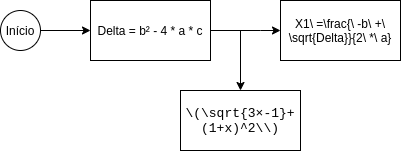
The draw.io diagram Trabalho_APC_1.png in Lrlk/Trabalho-de-APC1, before a commit. Source tidied: cells renumbered, new cells last; positions are measured from the earlier drawing's top-left corner, leaving out a move shared by most shapes. The source it was exported from:
```xml
<mxGraphModel>
  <root>
    <mxCell id="0" />
    <mxCell id="1" parent="0" />
    <mxCell id="2" style="edgeStyle=orthogonalEdgeStyle;rounded=0;jettySize=auto;html=1;" parent="1" edge="1" source="3">
      <mxGeometry relative="1" as="geometry">
        <mxPoint x="90" y="30" as="targetPoint" />
      </mxGeometry>
    </mxCell>
    <mxCell id="3" value="Início" style="ellipse;whiteSpace=wrap;html=1;" parent="1" vertex="1">
      <mxGeometry y="10" width="40" height="40" as="geometry" />
    </mxCell>
    <mxCell id="4" style="edgeStyle=orthogonalEdgeStyle;rounded=0;jettySize=auto;html=1;" parent="1" edge="1" source="6">
      <mxGeometry relative="1" as="geometry">
        <mxPoint x="280" y="30" as="targetPoint" />
        <Array as="points">
          <mxPoint x="260" y="30" />
          <mxPoint x="260" y="30" />
        </Array>
      </mxGeometry>
    </mxCell>
    <mxCell id="5" style="edgeStyle=orthogonalEdgeStyle;rounded=0;jettySize=auto;html=1;" parent="1" edge="1" source="6">
      <mxGeometry relative="1" as="geometry">
        <mxPoint x="240" y="90" as="targetPoint" />
      </mxGeometry>
    </mxCell>
    <mxCell id="6" value="Delta = b² - 4 * a * c" style="rounded=0;whiteSpace=wrap;html=1;" parent="1" vertex="1">
      <mxGeometry x="90" width="120" height="60" as="geometry" />
    </mxCell>
    <mxCell id="7" value="X1\ =\frac{\ -b\ +\ \sqrt{Delta}}{2\ *\ a}" style="rounded=0;whiteSpace=wrap;html=1;glass=0;" parent="1" vertex="1">
      <mxGeometry x="280" width="120" height="60" as="geometry" />
    </mxCell>
    <mxCell id="8" value="&lt;span style=&quot;font-family: &amp;#34;courier new&amp;#34; , &amp;#34;courier&amp;#34; , monospace ; font-size: 13px ; background-color: rgb(255 , 255 , 255)&quot;&gt;\(\sqrt{3×-1}+(1+x)^2\\)&lt;/span&gt;" style="rounded=0;whiteSpace=wrap;html=1;glass=0;" parent="1" vertex="1">
      <mxGeometry x="180" y="90" width="120" height="60" as="geometry" />
    </mxCell>
  </root>
</mxGraphModel>
```
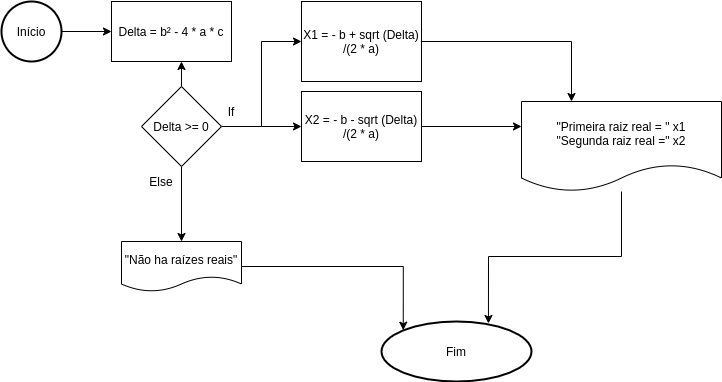
The same file after the commit.

The edit, as a diff of the source:
```diff
@@ -1,37 +1,75 @@
-<mxGraphModel>
+<mxGraphModel math="1">
   <root>
     <mxCell id="0" />
     <mxCell id="1" parent="0" />
-    <mxCell id="2" style="edgeStyle=orthogonalEdgeStyle;rounded=0;jettySize=auto;html=1;" parent="1" edge="1" source="3">
+    <mxCell id="2" style="edgeStyle=orthogonalEdgeStyle;rounded=0;orthogonalLoop=1;jettySize=auto;html=1;" parent="1" edge="1">
       <mxGeometry relative="1" as="geometry">
+        <mxPoint x="40" y="30" as="sourcePoint" />
         <mxPoint x="90" y="30" as="targetPoint" />
       </mxGeometry>
     </mxCell>
+    <mxCell id="6" value="Delta = b² - 4 * a * c" style="rounded=0;whiteSpace=wrap;html=1;" parent="1" vertex="1">
+      <mxGeometry x="90" width="120" height="60" as="geometry" />
+    </mxCell>
+    <mxCell id="9" style="edgeStyle=orthogonalEdgeStyle;rounded=0;jettySize=auto;html=1;exitX=1;exitY=0.5;exitDx=0;exitDy=0;entryX=0.25;entryY=0;entryDx=0;entryDy=0;" parent="1" edge="1" source="7" target="22">
+      <mxGeometry relative="1" as="geometry" />
+    </mxCell>
+    <mxCell id="7" value="X1 = - b + sqrt (Delta) /(2 * a)" style="rounded=0;whiteSpace=wrap;html=1;glass=0;" parent="1" vertex="1">
+      <mxGeometry x="280" width="120" height="80" as="geometry" />
+    </mxCell>
+    <mxCell id="10" style="edgeStyle=orthogonalEdgeStyle;rounded=0;jettySize=auto;html=1;" parent="1" edge="1" source="11">
+      <mxGeometry relative="1" as="geometry">
+        <mxPoint x="500" y="125" as="targetPoint" />
+      </mxGeometry>
+    </mxCell>
+    <mxCell id="11" value="&lt;span&gt;X2 = - b - sqrt (Delta) /(2 * a)&lt;/span&gt;" style="rounded=0;whiteSpace=wrap;html=1;glass=0;" parent="1" vertex="1">
+      <mxGeometry x="280" y="90" width="120" height="70" as="geometry" />
+    </mxCell>
+    <mxCell id="12" style="edgeStyle=orthogonalEdgeStyle;rounded=0;jettySize=auto;html=1;entryX=0.583;entryY=1;entryDx=0;entryDy=0;entryPerimeter=0;" parent="1" edge="1" source="16" target="6">
+      <mxGeometry relative="1" as="geometry" />
+    </mxCell>
+    <mxCell id="13" style="edgeStyle=orthogonalEdgeStyle;rounded=0;jettySize=auto;html=1;exitX=1;exitY=0.5;exitDx=0;exitDy=0;entryX=0;entryY=0.5;entryDx=0;entryDy=0;" parent="1" edge="1" source="16" target="11">
+      <mxGeometry relative="1" as="geometry">
+        <Array as="points">
+          <mxPoint x="240" y="125" />
+          <mxPoint x="240" y="125" />
+        </Array>
+      </mxGeometry>
+    </mxCell>
+    <mxCell id="14" style="edgeStyle=orthogonalEdgeStyle;rounded=0;jettySize=auto;html=1;exitX=1;exitY=0.5;exitDx=0;exitDy=0;entryX=0;entryY=0.5;entryDx=0;entryDy=0;" parent="1" edge="1" source="16" target="7">
+      <mxGeometry relative="1" as="geometry" />
+    </mxCell>
+    <mxCell id="15" style="edgeStyle=orthogonalEdgeStyle;rounded=0;jettySize=auto;html=1;exitX=0.5;exitY=1;exitDx=0;exitDy=0;" parent="1" edge="1" source="16">
+      <mxGeometry relative="1" as="geometry">
+        <mxPoint x="160" y="240" as="targetPoint" />
+      </mxGeometry>
+    </mxCell>
+    <mxCell id="16" value="Delta &amp;gt;= 0" style="rhombus;whiteSpace=wrap;html=1;glass=0;" parent="1" vertex="1">
+      <mxGeometry x="120" y="85" width="80" height="80" as="geometry" />
+    </mxCell>
+    <mxCell id="17" value="If" style="text;html=1;strokeColor=none;fillColor=none;align=center;verticalAlign=middle;whiteSpace=wrap;rounded=0;glass=0;" parent="1" vertex="1">
+      <mxGeometry x="190" y="100" width="40" height="20" as="geometry" />
+    </mxCell>
+    <mxCell id="18" value="Else" style="text;html=1;strokeColor=none;fillColor=none;align=center;verticalAlign=middle;whiteSpace=wrap;rounded=0;glass=0;" parent="1" vertex="1">
+      <mxGeometry x="120" y="170" width="40" height="20" as="geometry" />
+    </mxCell>
+    <mxCell id="19" style="edgeStyle=orthogonalEdgeStyle;rounded=0;jettySize=auto;html=1;entryX=0.145;entryY=0.145;entryDx=0;entryDy=0;entryPerimeter=0;" parent="1" edge="1" source="20" target="23">
+      <mxGeometry relative="1" as="geometry" />
+    </mxCell>
+    <mxCell id="20" value="&quot;Não ha raízes reais&quot;" style="shape=document;whiteSpace=wrap;html=1;boundedLbl=1;glass=0;" parent="1" vertex="1">
+      <mxGeometry x="100" y="240" width="120" height="50" as="geometry" />
+    </mxCell>
+    <mxCell id="21" style="edgeStyle=orthogonalEdgeStyle;rounded=0;jettySize=auto;html=1;entryX=0.713;entryY=0.033;entryDx=0;entryDy=0;entryPerimeter=0;" parent="1" edge="1" source="22" target="23">
+      <mxGeometry relative="1" as="geometry" />
+    </mxCell>
+    <mxCell id="22" value="&quot;Primeira raiz real = &quot; x1&lt;br&gt;&quot;Segunda raiz real =&quot; x2" style="shape=document;whiteSpace=wrap;html=1;boundedLbl=1;glass=0;" parent="1" vertex="1">
+      <mxGeometry x="500" y="100" width="200" height="90" as="geometry" />
+    </mxCell>
+    <mxCell id="23" value="Fim" style="strokeWidth=2;html=1;shape=mxgraph.flowchart.start_1;whiteSpace=wrap;glass=0;" parent="1" vertex="1">
+      <mxGeometry x="360" y="320" width="150" height="60" as="geometry" />
+    </mxCell>
-    <mxCell id="3" value="Início" style="ellipse;whiteSpace=wrap;html=1;" parent="1" vertex="1">
-      <mxGeometry y="10" width="40" height="40" as="geometry" />
+    <mxCell id="3" value="Início" style="strokeWidth=2;html=1;shape=mxgraph.flowchart.start_1;whiteSpace=wrap;glass=0;" parent="1" vertex="1">
+      <mxGeometry x="-20" width="60" height="60" as="geometry" />
     </mxCell>
-    <mxCell id="4" style="edgeStyle=orthogonalEdgeStyle;rounded=0;jettySize=auto;html=1;" parent="1" edge="1" source="6">
-      <mxGeometry relative="1" as="geometry">
-        <mxPoint x="280" y="30" as="targetPoint" />
-        <Array as="points">
-          <mxPoint x="260" y="30" />
-          <mxPoint x="260" y="30" />
-        </Array>
-      </mxGeometry>
-    </mxCell>
-    <mxCell id="5" style="edgeStyle=orthogonalEdgeStyle;rounded=0;jettySize=auto;html=1;" parent="1" edge="1" source="6">
-      <mxGeometry relative="1" as="geometry">
-        <mxPoint x="240" y="90" as="targetPoint" />
-      </mxGeometry>
-    </mxCell>
-    <mxCell id="6" value="Delta = b² - 4 * a * c" style="rounded=0;whiteSpace=wrap;html=1;" parent="1" vertex="1">
-      <mxGeometry x="90" width="120" height="60" as="geometry" />
-    </mxCell>
-    <mxCell id="7" value="X1\ =\frac{\ -b\ +\ \sqrt{Delta}}{2\ *\ a}" style="rounded=0;whiteSpace=wrap;html=1;glass=0;" parent="1" vertex="1">
-      <mxGeometry x="280" width="120" height="60" as="geometry" />
-    </mxCell>
-    <mxCell id="8" value="&lt;span style=&quot;font-family: &amp;#34;courier new&amp;#34; , &amp;#34;courier&amp;#34; , monospace ; font-size: 13px ; background-color: rgb(255 , 255 , 255)&quot;&gt;\(\sqrt{3×-1}+(1+x)^2\\)&lt;/span&gt;" style="rounded=0;whiteSpace=wrap;html=1;glass=0;" parent="1" vertex="1">
-      <mxGeometry x="180" y="90" width="120" height="60" as="geometry" />
-    </mxCell>
   </root>
 </mxGraphModel>
```
